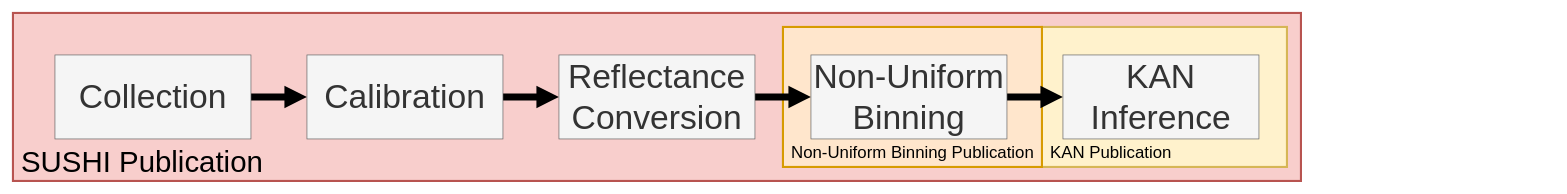
The draw.io diagram publicationsPipeline.drawio in snider-lab-msu/figures, before the edit. Source tidied: cells renumbered, new cells numbered last; positions are measured from the earlier drawing's top-left corner, leaving out a move shared by most shapes. Both pictures are drawn from the tidied source at 70%, with x=0, y=0 at pixel (13, 13).
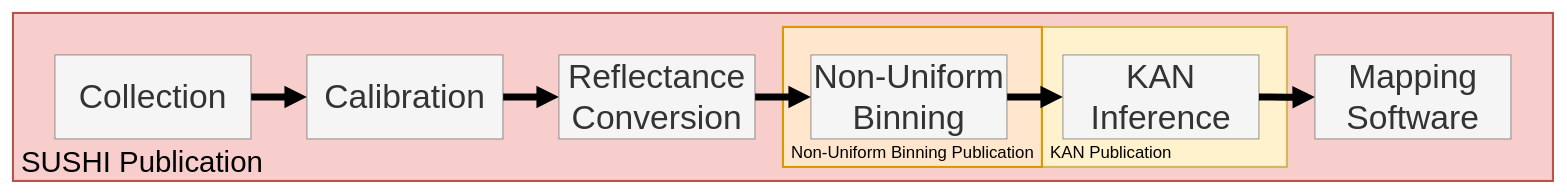
The same diagram, later.

Commit message:
added mapping software

The edit, as a diff of the source:
```diff
@@
     <mxCell id="2" style="rounded=0;whiteSpace=wrap;html=1;fillColor=#f8cecc;strokeColor=#b85450;strokeWidth=3;" parent="1" vertex="1">
-      <mxGeometry width="1840" height="240" as="geometry" />
+      <mxGeometry width="2200" height="240" as="geometry" />
     </mxCell>
@@
+    <mxCell id="18" style="edgeStyle=orthogonalEdgeStyle;rounded=0;jettySize=auto;html=1;entryX=0;entryY=0.5;entryDx=0;entryDy=0;defaultLabelBackgroundColor=gap;strokeWidth=10;endArrow=block;endFill=1;" parent="1" edge="1" target="19">
+      <mxGeometry relative="1" as="geometry">
+        <mxPoint x="1780" y="120" as="sourcePoint" />
+      </mxGeometry>
+    </mxCell>
+    <mxCell id="19" value="Mapping Software" style="rounded=0;whiteSpace=wrap;html=1;fontSize=48;fillColor=#f5f5f5;strokeColor=#666666;fontColor=#333333;" parent="1" vertex="1">
+      <mxGeometry x="1860" y="60" width="280" height="120" as="geometry" />
+    </mxCell>
```
